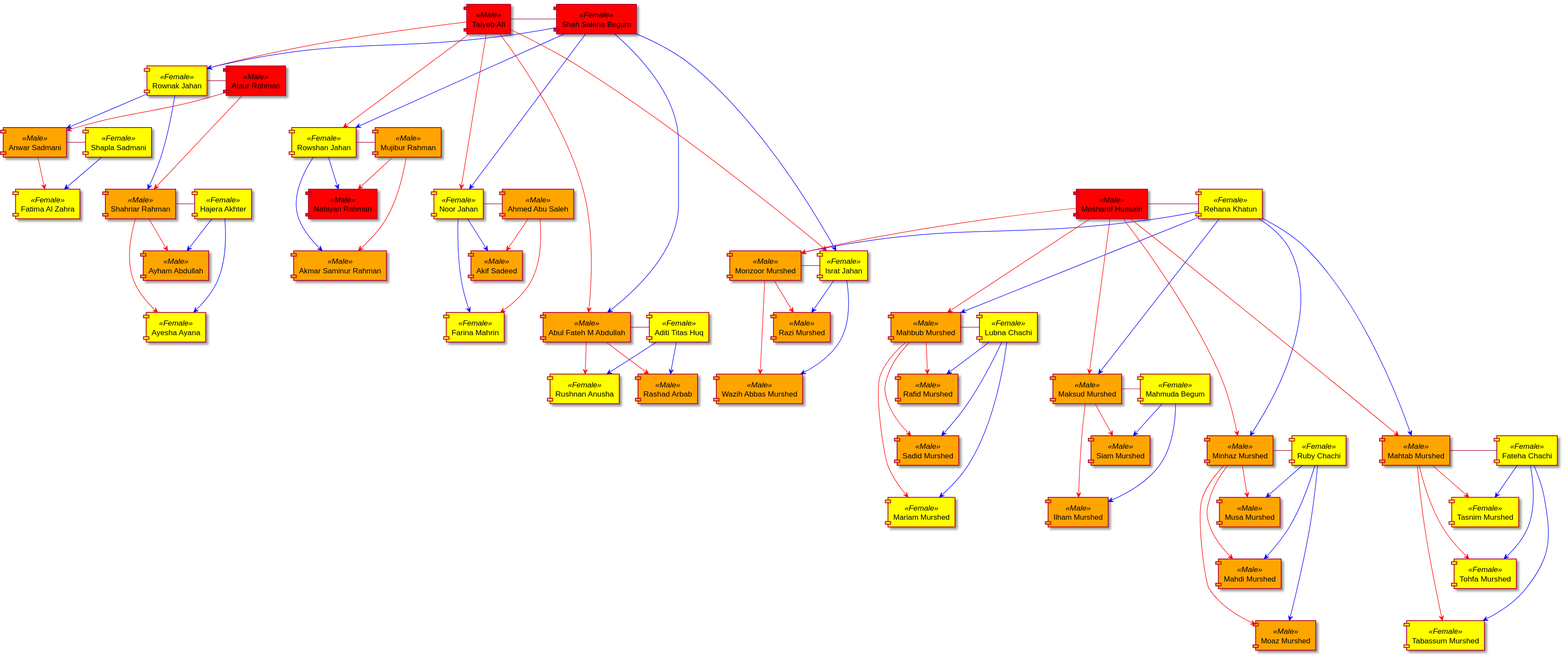
Before: familytree/FamilyTree.svg, a diagram exported from PlantUML (rmursh/FamilyTree).
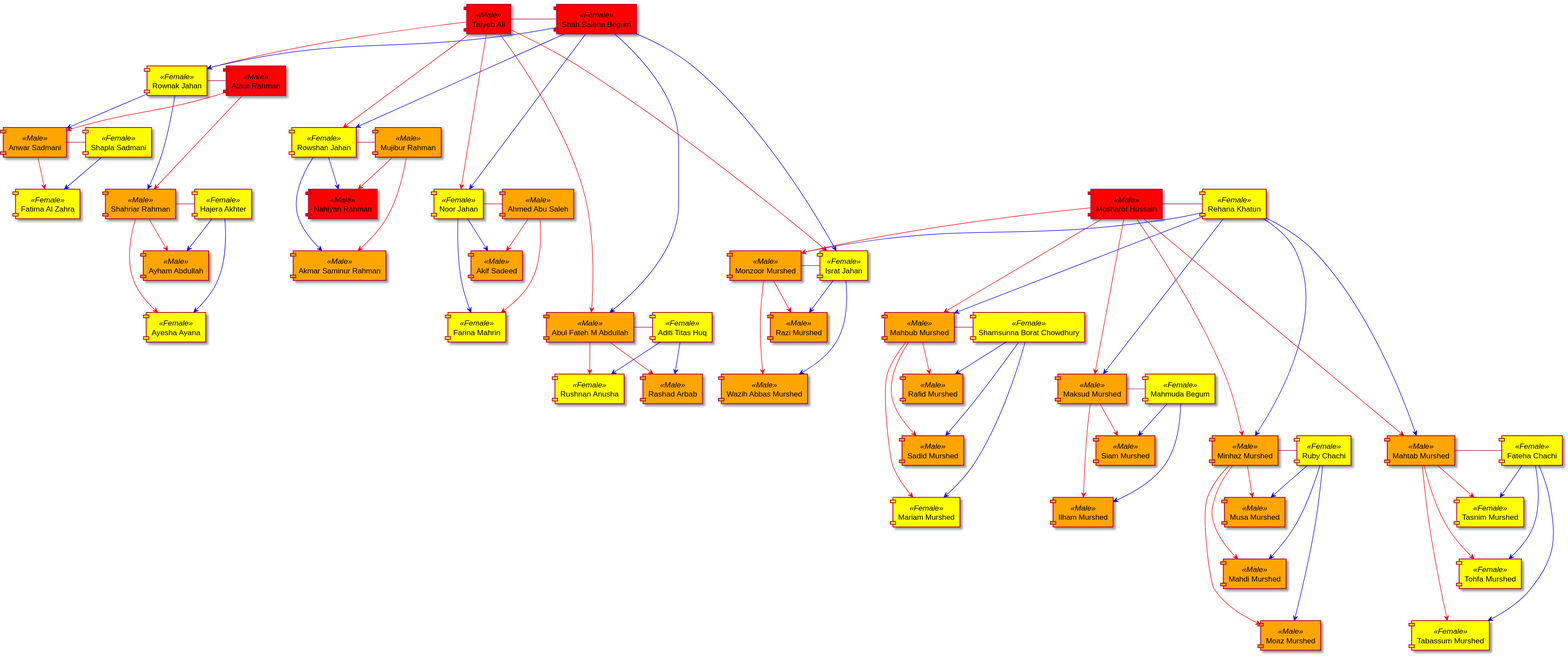
The same diagram one commit later.

What changed in the source:
```diff
@@ -11,7 +11,7 @@
 [Israt Jahan]<<Female>>
 
 [Mahbub Murshed]<<Male>>
-[Lubna Chachi]<<Female>>
+[Shamsunna Borat Chowdhury]<<Female>>
 
 [Maksud Murshed]<<Male>>
 [Mahmuda Begum]<<Female>>
@@ -130,13 +130,13 @@
         [Monzoor Murshed]-[#red]-->[Wazih Abbas Murshed]
         [Israt Jahan]-[#blue]-->[Wazih Abbas Murshed]
 
-    [Mahbub Murshed]----right-[Lubna Chachi]
+    [Mahbub Murshed]----right-[Shamsunna Borat Chowdhury]
         [Mahbub Murshed]-[#red]->[Rafid Murshed]
-        [Lubna Chachi]-[#blue]->[Rafid Murshed]
+        [Shamsunna Borat Chowdhury]-[#blue]->[Rafid Murshed]
         [Mahbub Murshed]-[#red]-->[Sadid Murshed]
-        [Lubna Chachi]-[#blue]-->[Sadid Murshed]
+        [Shamsunna Borat Chowdhury]-[#blue]-->[Sadid Murshed]
         [Mahbub Murshed]-[#red]--->[Mariam Murshed]
-        [Lubna Chachi]-[#blue]--->[Mariam Murshed]
+        [Shamsunna Borat Chowdhury]-[#blue]--->[Mariam Murshed]
 
     [Maksud Murshed]----right-[Mahmuda Begum]
         [Maksud Murshed]-[#red]->[Siam Murshed]
```
